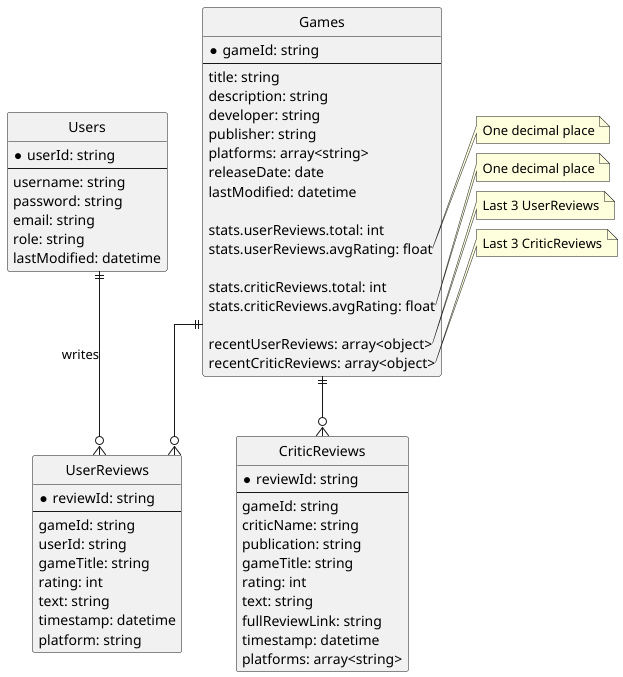
The PlantUML diagram nosql_model/er.png in moevm/nosql1h25-review, before a commit. Source of this version:
```plantuml
@startuml
hide circle
skinparam linetype ortho

entity Games {
  * gameId: string
  --
  title: string
  description: string
  developer: string
  publisher: string
  platforms: array<string>
  releaseDate: date
  lastModified: datetime

  stats.userReviews.total: int
  stats.userReviews.avgRating: float

  stats.criticReviews.total: int
  stats.criticReviews.avgRating: float

  recentUserReviews: array<object>
  recentCriticReviews: array<object>
}

entity Users {
  * userId: string
  --
  username: string
  password: string
  email: string
  role: string
  lastModified: datetime
}

entity UserReviews {
  * reviewId: string
  --
  gameId: string
  userId: string
  gameTitle: string
  rating: int
  text: string
  timestamp: datetime
  platform: string
}

entity CriticReviews {
  * reviewId: string
  --
  gameId: string
  criticName: string
  publication: string
  gameTitle: string
  rating: int
  text: string
  fullReviewLink: string
  timestamp: datetime
  platforms: array<string>
}

Games ||--o{ UserReviews
Games ||--o{ CriticReviews
Users ||--o{ UserReviews : "writes"

note right of Games::stats.userReviews.avgRating
    One decimal place
end note

note right of Games::stats.criticReviews.avgRating
    One decimal place
end note

note right of Games::recentUserReviews
  Last 3 UserReviews
end note

note right of Games::recentCriticReviews
  Last 3 CriticReviews
end note



@enduml
```
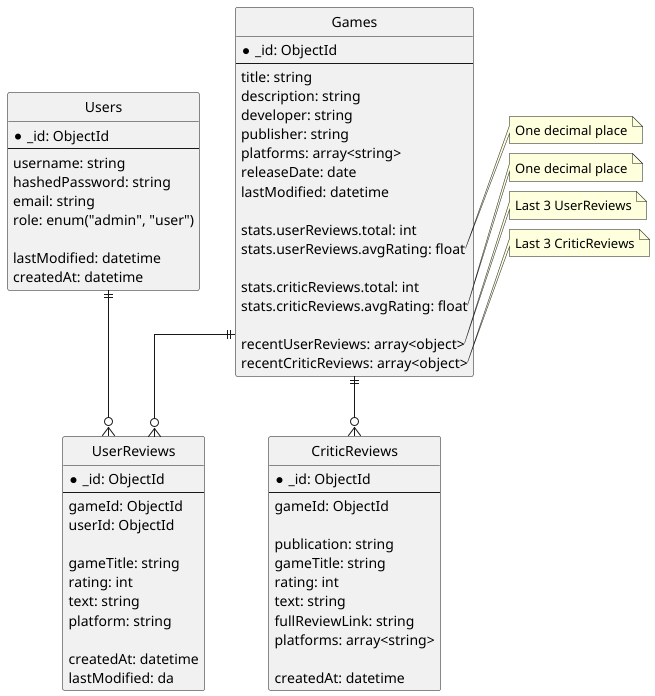
The same diagram one commit later.

Commit message:
Add createdAt field to User, rename field timestamp to createdAt in Reviews, add lastModified field to UserReview

Change to the diagram source:
```diff
@@ -3,7 +3,7 @@
 skinparam linetype ortho
 
 entity Games {
-  * gameId: string
+  * _id: ObjectId
   --
   title: string
   description: string
@@ -24,44 +24,50 @@
 }
 
 entity Users {
-  * userId: string
+  * _id: ObjectId
   --
   username: string
-  password: string
+  hashedPassword: string
   email: string
-  role: string
+  role: enum("admin", "user")
+
   lastModified: datetime
+  createdAt: datetime
 }
 
 entity UserReviews {
-  * reviewId: string
+  * _id: ObjectId
   --
-  gameId: string
-  userId: string
+  gameId: ObjectId
+  userId: ObjectId
+
   gameTitle: string
   rating: int
   text: string
-  timestamp: datetime
   platform: string
+
+  createdAt: datetime
+  lastModified: da
 }
 
 entity CriticReviews {
-  * reviewId: string
+  * _id: ObjectId
   --
-  gameId: string
-  criticName: string
+  gameId: ObjectId
+
   publication: string
   gameTitle: string
   rating: int
   text: string
   fullReviewLink: string
-  timestamp: datetime
   platforms: array<string>
+
+  createdAt: datetime
 }
 
 Games ||--o{ UserReviews
 Games ||--o{ CriticReviews
-Users ||--o{ UserReviews : "writes"
+Users ||--o{ UserReviews
 
 note right of Games::stats.userReviews.avgRating
     One decimal place
```
